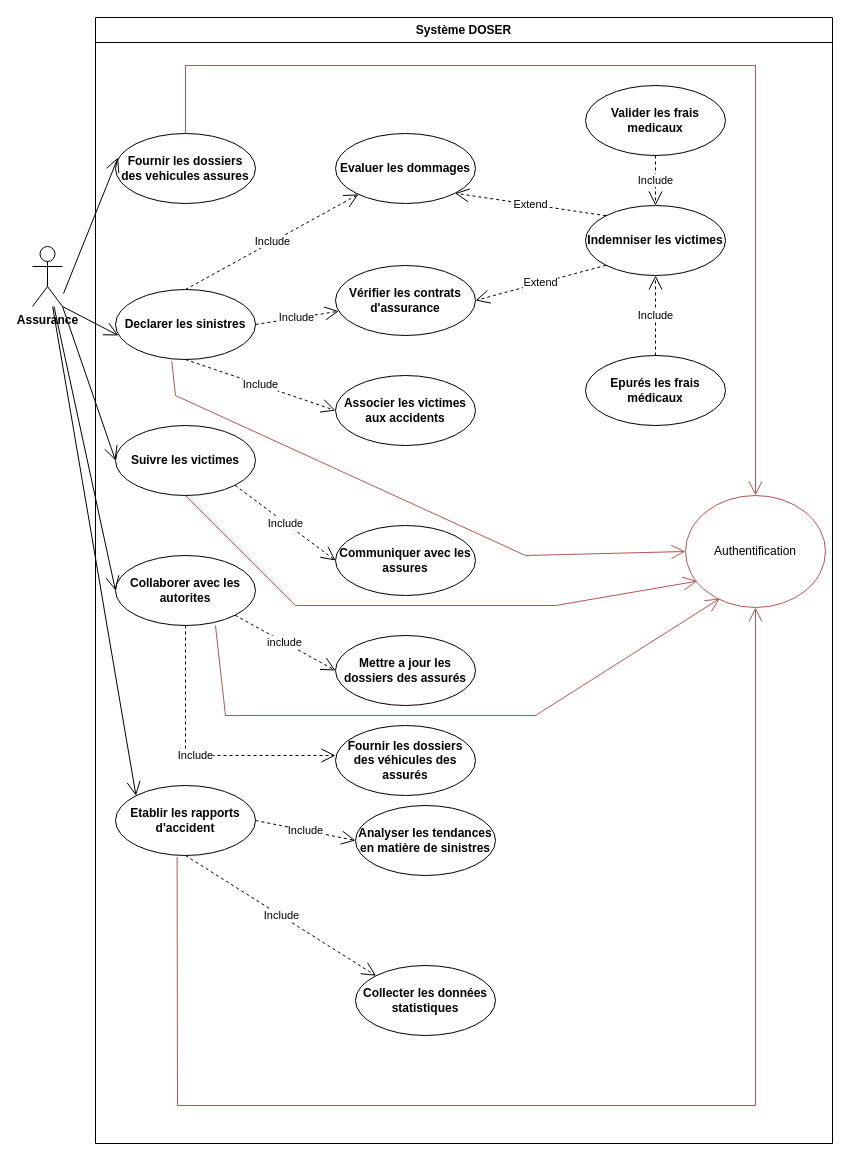
The draw.io diagram Diagramme sans nom.drawio in Junior-Kuate/DataAccess, before the edit. Source tidied: cells renumbered, new cells numbered last; positions are measured from the earlier drawing's top-left corner, leaving out a move shared by most shapes. Both pictures are drawn from the tidied source at 100%, with x=0, y=0 at pixel (32, 17).
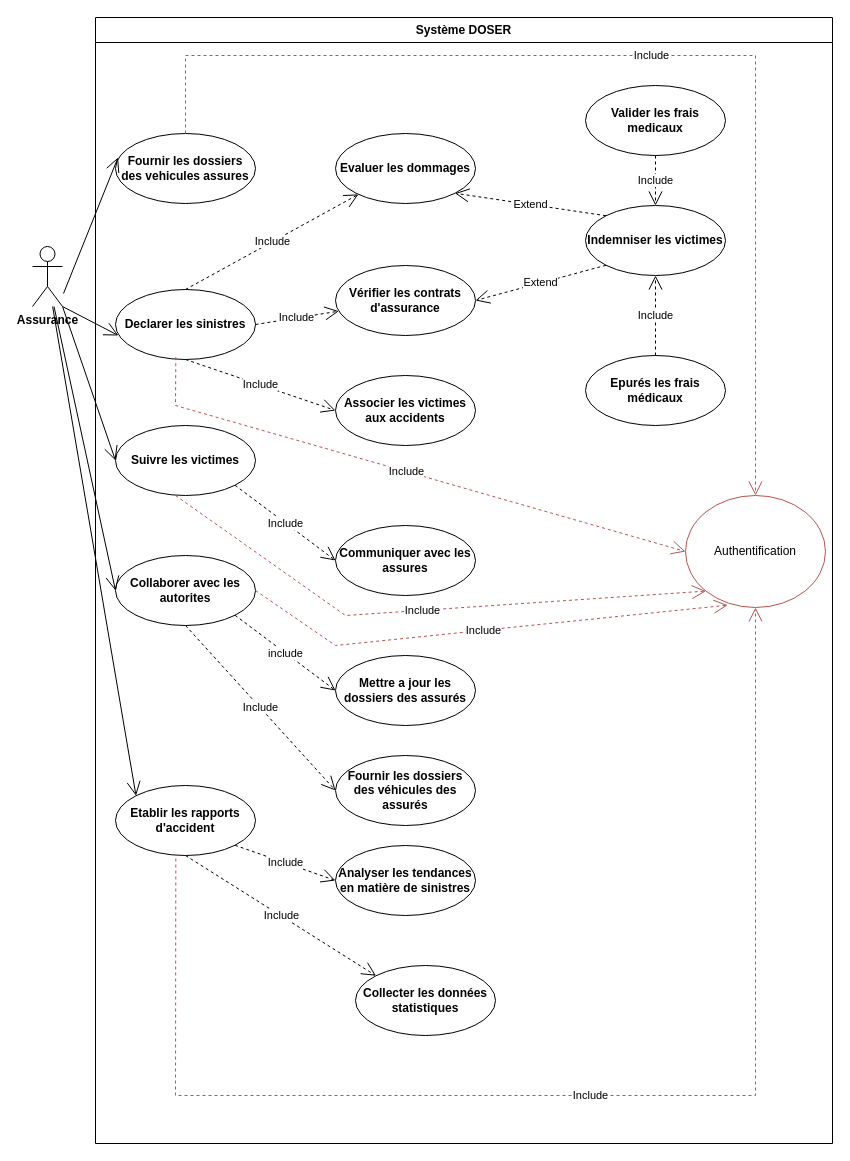
Above is the later version.

Commit message:
Mettre à jour Diagramme sans nom.drawio

Unchanged cells that the change refers to:
```xml
<mxCell id="3" value="Système DOSER" style="swimlane;whiteSpace=wrap;html=1;startSize=25;" parent="1" vertex="1">
  <mxGeometry x="63" width="737" height="1126" as="geometry" />
</mxCell>
<mxCell id="7" value="&lt;b&gt;Declarer les sinistres&lt;/b&gt;" style="ellipse;whiteSpace=wrap;html=1;" parent="3" vertex="1">
  <mxGeometry x="20" y="272" width="140" height="70" as="geometry" />
</mxCell>
<mxCell id="19" value="&lt;b&gt;Suivre les victimes&lt;br&gt;&lt;/b&gt;" style="ellipse;whiteSpace=wrap;html=1;" parent="3" vertex="1">
  <mxGeometry x="20" y="408" width="140" height="70" as="geometry" />
</mxCell>
<mxCell id="20" value="&lt;b&gt;Collaborer avec les autorites&lt;/b&gt;" style="ellipse;whiteSpace=wrap;html=1;" parent="3" vertex="1">
  <mxGeometry x="20" y="538" width="140" height="70" as="geometry" />
</mxCell>
<mxCell id="28" value="&lt;b&gt;Etablir les rapports d'accident&lt;/b&gt;" style="ellipse;whiteSpace=wrap;html=1;" parent="3" vertex="1">
  <mxGeometry x="20" y="768" width="140" height="70" as="geometry" />
</mxCell>
<mxCell id="29" value="&lt;b&gt;Fournir les dossiers des vehicules assures&lt;/b&gt;" style="ellipse;whiteSpace=wrap;html=1;" parent="3" vertex="1">
  <mxGeometry x="20" y="116" width="140" height="70" as="geometry" />
</mxCell>
<mxCell id="32" value="Authentification" style="ellipse;whiteSpace=wrap;html=1;fillColor=none;strokeColor=#b85450;strokeWidth=1;" parent="3" vertex="1">
  <mxGeometry x="590" y="478" width="140" height="112" as="geometry" />
</mxCell>
```

What changed in the source:
```diff
@@
     <mxCell id="9" value="&lt;b&gt;Fournir les dossiers des véhicules des assur&lt;/b&gt;&lt;b&gt;é&lt;/b&gt;&lt;b&gt;s&lt;/b&gt;" style="ellipse;whiteSpace=wrap;html=1;" parent="3" vertex="1">
-      <mxGeometry x="240" y="708" width="140" height="70" as="geometry" />
+      <mxGeometry x="240" y="738" width="140" height="70" as="geometry" />
     </mxCell>
@@
     <mxCell id="21" value="&lt;b&gt;Mettre a jour les dossiers des assur&lt;/b&gt;&lt;b&gt;é&lt;/b&gt;&lt;b&gt;s&lt;/b&gt;" style="ellipse;whiteSpace=wrap;html=1;" parent="3" vertex="1">
-      <mxGeometry x="240" y="618" width="140" height="70" as="geometry" />
+      <mxGeometry x="240" y="638" width="140" height="70" as="geometry" />
     </mxCell>
@@
-    <mxCell id="24" value="Include" style="endArrow=open;endSize=12;dashed=1;html=1;rounded=0;exitX=0.5;exitY=1;exitDx=0;exitDy=0;" parent="3" edge="1" source="20">
-      <mxGeometry relative="1" as="geometry">
-        <mxPoint x="240" y="738" as="targetPoint" />
-        <Array as="points">
-          <mxPoint x="90" y="738" />
-        </Array>
-      </mxGeometry>
+    <mxCell id="24" value="Include" style="endArrow=open;endSize=12;dashed=1;html=1;rounded=0;exitX=0.5;exitY=1;exitDx=0;exitDy=0;entryX=0;entryY=0.5;entryDx=0;entryDy=0;" parent="3" edge="1" source="20" target="9">
+      <mxGeometry relative="1" as="geometry" />
     </mxCell>
     <mxCell id="25" value="&lt;b&gt;Analyser les tendances en matière de sinistres&lt;/b&gt;" style="ellipse;whiteSpace=wrap;html=1;" parent="3" vertex="1">
-      <mxGeometry x="260" y="788" width="140" height="70" as="geometry" />
+      <mxGeometry x="240" y="828" width="140" height="70" as="geometry" />
     </mxCell>
-    <mxCell id="26" value="Include" style="endArrow=open;endSize=12;dashed=1;html=1;rounded=0;entryX=0;entryY=0.5;entryDx=0;entryDy=0;exitX=1;exitY=0.5;exitDx=0;exitDy=0;" parent="3" edge="1" source="28" target="25">
+    <mxCell id="26" value="Include" style="endArrow=open;endSize=12;dashed=1;html=1;rounded=0;entryX=0;entryY=0.5;entryDx=0;entryDy=0;exitX=1;exitY=1;exitDx=0;exitDy=0;" parent="3" edge="1" source="28" target="25">
       <mxGeometry relative="1" as="geometry" />
     </mxCell>
@@
-    <mxCell id="33" style="endArrow=open;endFill=1;endSize=12;html=1;rounded=0;fillColor=#f8cecc;strokeColor=#b85450;strokeWidth=1;exitX=0.5;exitY=0;exitDx=0;exitDy=0;entryX=0.5;entryY=0;entryDx=0;entryDy=0;" parent="3" edge="1" source="29" target="32">
+    <mxCell id="33" value="Include" style="endArrow=open;endSize=12;dashed=1;html=1;rounded=0;exitX=0.5;exitY=0;exitDx=0;exitDy=0;entryX=0.5;entryY=0;entryDx=0;entryDy=0;fillColor=#f8cecc;strokeColor=#b85450;" parent="3" edge="1" source="29" target="32">
       <mxGeometry relative="1" as="geometry">
         <Array as="points">
-          <mxPoint x="90" y="48" />
-          <mxPoint x="660" y="48" />
+          <mxPoint x="90" y="38" />
+          <mxPoint x="660" y="38" />
         </Array>
       </mxGeometry>
     </mxCell>
-    <mxCell id="34" style="endArrow=open;endFill=1;endSize=12;html=1;rounded=0;fillColor=#f8cecc;strokeColor=#b85450;strokeWidth=1;exitX=0.44;exitY=1.024;exitDx=0;exitDy=0;entryX=0.5;entryY=1;entryDx=0;entryDy=0;exitPerimeter=0;" parent="3" edge="1" source="28" target="32">
-      <mxGeometry relative="1" as="geometry">
-        <Array as="points">
-          <mxPoint x="82" y="1088" />
-          <mxPoint x="660" y="1088" />
-        </Array>
-      </mxGeometry>
-    </mxCell>
-    <mxCell id="35" style="endArrow=open;endFill=1;endSize=12;html=1;rounded=0;exitX=0.402;exitY=1.024;exitDx=0;exitDy=0;exitPerimeter=0;entryX=0;entryY=0.5;entryDx=0;entryDy=0;fillColor=#f8cecc;strokeColor=#b85450;strokeWidth=1;" parent="3" edge="1" source="7" target="32">
+    <mxCell id="35" value="Include" style="endArrow=open;endSize=12;dashed=1;html=1;rounded=0;exitX=0.431;exitY=0.967;exitDx=0;exitDy=0;entryX=0;entryY=0.5;entryDx=0;entryDy=0;fillColor=#f8cecc;strokeColor=#b85450;exitPerimeter=0;" parent="3" edge="1" source="7" target="32">
       <mxGeometry relative="1" as="geometry">
         <Array as="points">
-          <mxPoint x="80" y="378" />
-          <mxPoint x="430" y="538" />
+          <mxPoint x="80" y="388" />
         </Array>
       </mxGeometry>
     </mxCell>
-    <mxCell id="36" style="endArrow=open;endFill=1;endSize=12;html=1;rounded=0;exitX=0.714;exitY=1;exitDx=0;exitDy=0;exitPerimeter=0;fillColor=#f8cecc;strokeColor=#b85450;entryX=0.245;entryY=0.92;entryDx=0;entryDy=0;entryPerimeter=0;" parent="3" edge="1" source="20" target="32">
+    <mxCell id="36" value="Include" style="endArrow=open;endSize=12;dashed=1;html=1;rounded=0;exitX=1;exitY=0.5;exitDx=0;exitDy=0;entryX=0.302;entryY=0.979;entryDx=0;entryDy=0;entryPerimeter=0;fillColor=#f8cecc;strokeColor=#b85450;" parent="3" edge="1" source="20" target="32">
       <mxGeometry relative="1" as="geometry">
         <Array as="points">
-          <mxPoint x="130" y="698" />
-          <mxPoint x="440" y="698" />
+          <mxPoint x="240" y="628" />
         </Array>
       </mxGeometry>
     </mxCell>
-    <mxCell id="37" style="endArrow=open;endFill=1;endSize=12;html=1;rounded=0;exitX=0.5;exitY=1;exitDx=0;exitDy=0;entryX=0.083;entryY=0.765;entryDx=0;entryDy=0;entryPerimeter=0;fillColor=#f8cecc;strokeColor=#b85450;" parent="3" edge="1" source="19" target="32">
-      <mxGeometry relative="1" as="geometry">
-        <Array as="points">
-          <mxPoint x="200" y="588" />
-          <mxPoint x="460" y="588" />
-        </Array>
-      </mxGeometry>
-    </mxCell>
+    <mxCell id="34" value="Include" style="endArrow=open;endSize=12;dashed=1;html=1;rounded=0;exitX=0.431;exitY=1.043;exitDx=0;exitDy=0;exitPerimeter=0;entryX=0.5;entryY=1;entryDx=0;entryDy=0;fillColor=#f8cecc;strokeColor=#b85450;" parent="3" edge="1" source="28" target="32">
+      <mxGeometry relative="1" as="geometry">
+        <Array as="points">
+          <mxPoint x="80" y="1078" />
+          <mxPoint x="660" y="1078" />
+        </Array>
+      </mxGeometry>
+    </mxCell>
@@
+    <mxCell id="43" value="Include" style="endArrow=open;endSize=12;dashed=1;html=1;rounded=0;entryX=0;entryY=1;entryDx=0;entryDy=0;fillColor=#f8cecc;strokeColor=#b85450;" parent="1" edge="1" target="32">
+      <mxGeometry relative="1" as="geometry">
+        <mxPoint x="143" y="478" as="sourcePoint" />
+        <Array as="points">
+          <mxPoint x="313" y="598" />
+        </Array>
+      </mxGeometry>
+    </mxCell>
```
